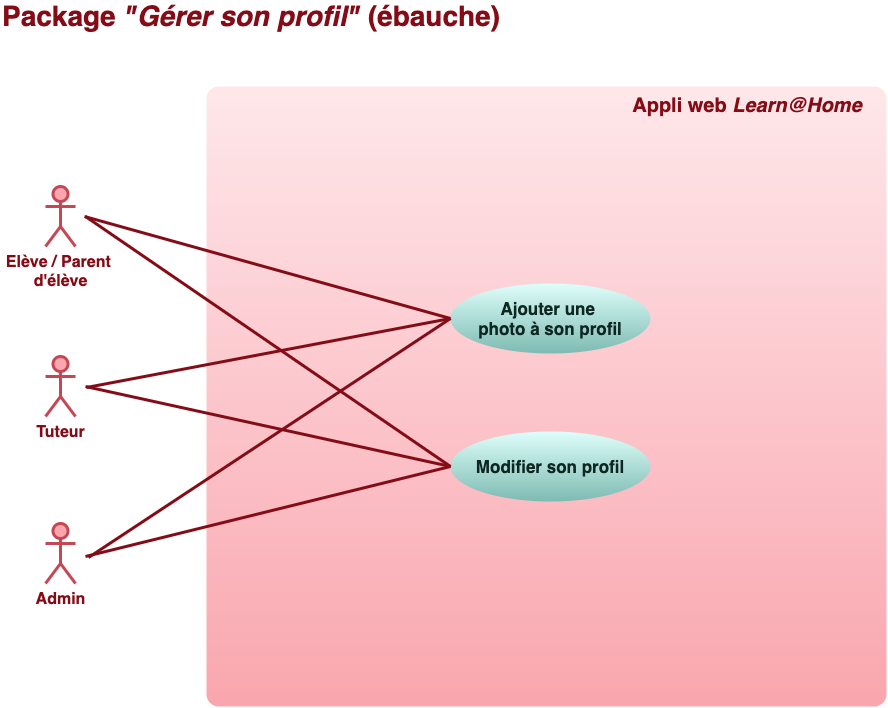
Above: doc/use-cases-manage-profile.png in logic-fabric/LoicMangin_10_01052021 (draw.io), before the change. Source tidied: cells renumbered, new cells last; positions are measured from the earlier drawing's top-left corner, leaving out a move shared by most shapes.
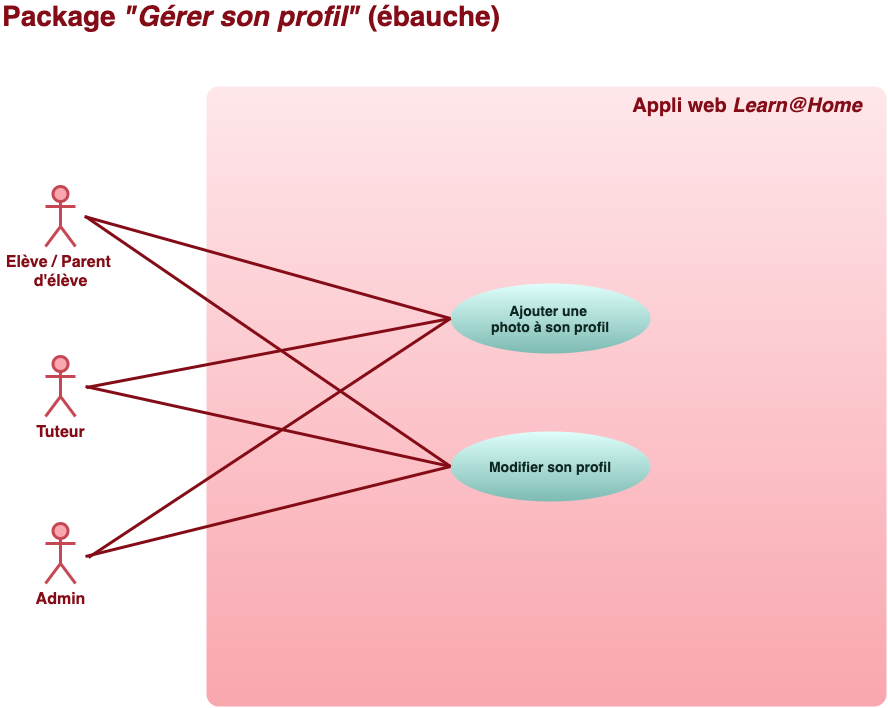
Above is the later version.

Commit message:
doc: add use cases diagram for back office

Diff of the diagram source:
```diff
@@ -5,7 +5,7 @@
     <mxCell id="2" value="&lt;font style=&quot;font-size: 16px&quot;&gt;Elève / Parent &lt;br&gt;d'élève&lt;/font&gt;" style="shape=umlActor;verticalLabelPosition=bottom;verticalAlign=top;html=1;strokeWidth=3;strokeColor=#C64754;fillColor=#f9a6ae;fontColor=#830C17;fontStyle=1;" parent="1" vertex="1">
       <mxGeometry x="45" y="180" width="30" height="60" as="geometry" />
     </mxCell>
-    <mxCell id="3" value="&lt;font size=&quot;1&quot; color=&quot;#830c17&quot;&gt;&lt;b style=&quot;font-size: 28px&quot;&gt;Package &lt;i&gt;&quot;Gérer son profil&quot;&lt;/i&gt; (ébauche)&lt;/b&gt;&lt;/font&gt;" style="text;html=1;strokeColor=none;fillColor=none;align=center;verticalAlign=middle;whiteSpace=wrap;rounded=0;fontColor=#660000;" parent="1" vertex="1">
+    <mxCell id="3" value="&lt;font size=&quot;1&quot; color=&quot;#830c17&quot;&gt;&lt;b style=&quot;font-size: 28px&quot;&gt;Package &lt;i&gt;&quot;Gérer son profil&quot;&lt;/i&gt; (ébauche)&lt;/b&gt;&lt;/font&gt;" style="text;html=1;strokeColor=none;fillColor=none;align=left;verticalAlign=middle;whiteSpace=wrap;rounded=0;fontColor=#660000;" parent="1" vertex="1">
       <mxGeometry width="502" height="20" as="geometry" />
     </mxCell>
     <mxCell id="4" style="rounded=1;whiteSpace=wrap;html=1;fontColor=#660000;strokeWidth=3;strokeColor=none;fillColor=#F9A6AE;gradientColor=#fee7ea;gradientDirection=north;arcSize=2;" parent="1" vertex="1">
@@ -20,7 +20,7 @@
     <mxCell id="7" value="&lt;font color=&quot;#830c17&quot;&gt;&lt;span style=&quot;font-size: 20px&quot;&gt;&lt;b&gt;Appli web&lt;i&gt; Learn@Home&lt;/i&gt;&lt;/b&gt;&lt;/span&gt;&lt;/font&gt;" style="text;html=1;strokeColor=none;fillColor=none;align=center;verticalAlign=middle;whiteSpace=wrap;rounded=0;fontColor=#660000;" parent="1" vertex="1">
       <mxGeometry x="622" y="89" width="250" height="20" as="geometry" />
     </mxCell>
-    <mxCell id="8" value="&lt;font style=&quot;font-size: 17px&quot;&gt;&lt;b&gt;Modifier son profil&lt;br&gt;&lt;/b&gt;&lt;/font&gt;" style="ellipse;whiteSpace=wrap;html=1;rounded=1;strokeWidth=3;fontColor=#0e2723;strokeColor=none;fillColor=#defefa;gradientColor=#7dbbb2;" parent="1" vertex="1">
+    <mxCell id="8" value="&lt;font&gt;&lt;b&gt;&lt;font style=&quot;font-size: 14px&quot;&gt;Modifier son profil&lt;/font&gt;&lt;br&gt;&lt;/b&gt;&lt;/font&gt;" style="ellipse;whiteSpace=wrap;html=1;rounded=1;strokeWidth=3;fontColor=#0e2723;strokeColor=none;fillColor=#defefa;gradientColor=#7dbbb2;" parent="1" vertex="1">
       <mxGeometry x="450" y="425" width="200" height="70" as="geometry" />
     </mxCell>
     <mxCell id="9" style="endArrow=none;html=1;fontColor=#0e2723;strokeWidth=3;strokeColor=#830C17;exitX=0;exitY=0.5;exitDx=0;exitDy=0;" parent="1" edge="1" source="8">
@@ -38,7 +38,7 @@
         <mxPoint x="85" y="550" as="targetPoint" />
       </mxGeometry>
     </mxCell>
-    <mxCell id="12" value="&lt;font style=&quot;font-size: 17px&quot;&gt;&lt;b&gt;Ajouter une &lt;br&gt;photo à son profil&lt;br&gt;&lt;/b&gt;&lt;/font&gt;" style="ellipse;whiteSpace=wrap;html=1;rounded=1;strokeWidth=3;fontColor=#0e2723;strokeColor=none;fillColor=#defefa;gradientColor=#7dbbb2;" parent="1" vertex="1">
+    <mxCell id="12" value="&lt;font style=&quot;font-size: 14px&quot;&gt;&lt;b&gt;Ajouter une &lt;br&gt;photo à son profil&lt;br&gt;&lt;/b&gt;&lt;/font&gt;" style="ellipse;whiteSpace=wrap;html=1;rounded=1;strokeWidth=3;fontColor=#0e2723;strokeColor=none;fillColor=#defefa;gradientColor=#7dbbb2;" parent="1" vertex="1">
       <mxGeometry x="450" y="277" width="200" height="70" as="geometry" />
     </mxCell>
     <mxCell id="13" style="endArrow=none;html=1;fontColor=#0e2723;strokeWidth=3;strokeColor=#830C17;exitX=0;exitY=0.5;exitDx=0;exitDy=0;" parent="1" edge="1" source="12">
```
